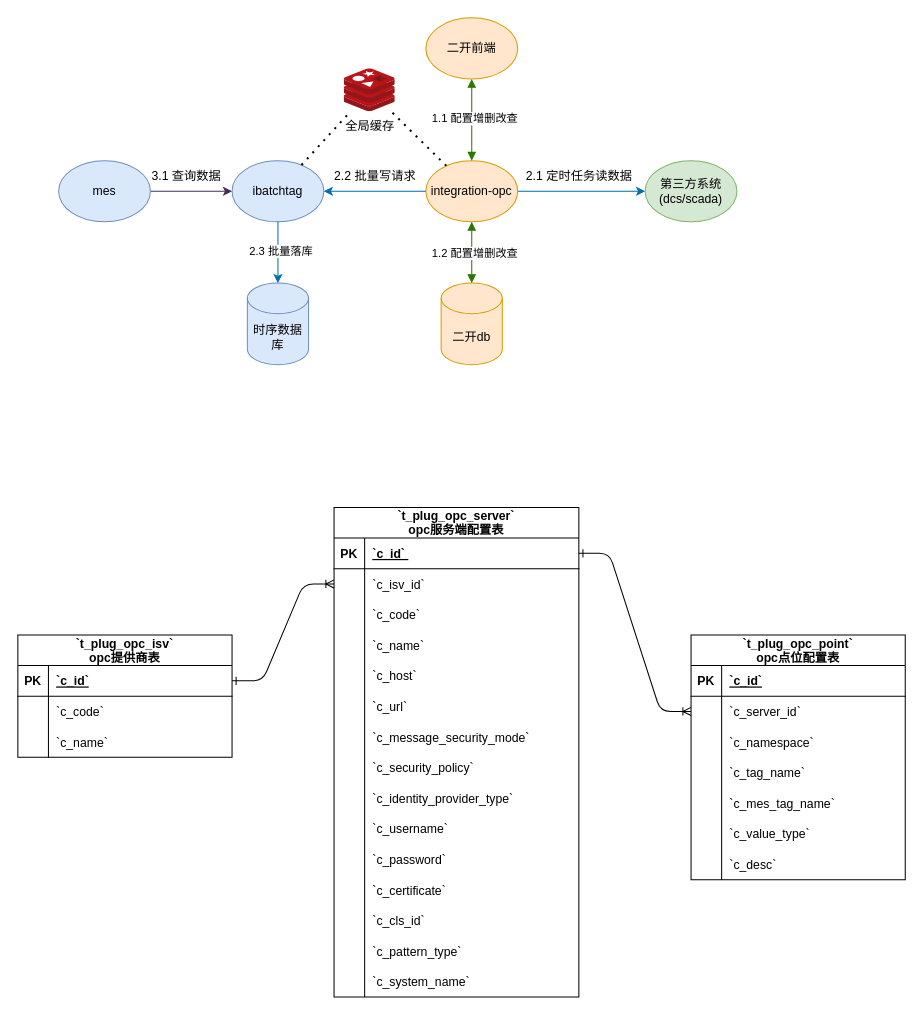
The draw.io diagram page "opc运行链路" (2 of 2) of mes/第三方api本地缓存.drawio in FreshCabbage666/drawio, before the edit. Source tidied: cells renumbered, new cells numbered last; positions are measured from the earlier drawing's top-left corner, leaving out a move shared by most shapes. Both pictures are drawn from the tidied source at 102%, with x=0, y=0 at pixel (17, 17).
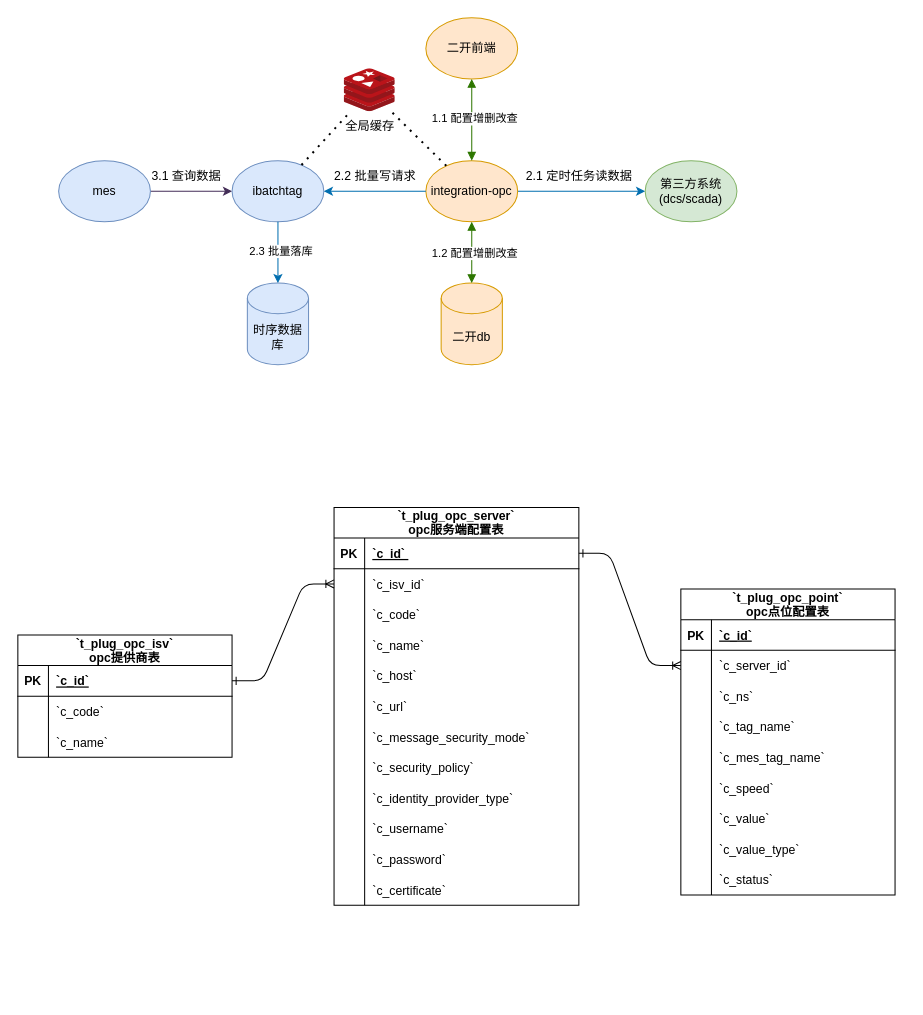
Above is the later version.

Commit message:
更新第三方api本地缓存.drawio

Unchanged cells that the change refers to:
```xml
<mxCell id="77" style="shape=tableRow;horizontal=0;startSize=0;swimlaneHead=0;swimlaneBody=0;fillColor=none;strokeColor=inherit;top=0;left=0;right=0;bottom=0;" parent="70" vertex="1">
  <mxGeometry y="90" width="210" height="30" as="geometry" />
</mxCell>
```

Change to the diagram source:
```diff
@@
     <mxCell id="24" value="`t_plug_opc_server`&#10;opc服务端配置表" style="shape=table;startSize=30;childLayout=tableLayout;rowLines=0;fontStyle=1;align=center;" parent="1" vertex="1">
-      <mxGeometry x="310" y="480" width="240" height="480" as="geometry" />
+      <mxGeometry x="310" y="480" width="240" height="390" as="geometry" />
     </mxCell>
@@
-    <mxCell id="61" style="shape=tableRow;horizontal=0;startSize=0;swimlaneHead=0;swimlaneBody=0;fillColor=none;strokeColor=inherit;top=0;left=0;right=0;bottom=0;" parent="24" vertex="1">
-      <mxGeometry y="390" width="240" height="30" as="geometry" />
-    </mxCell>
-    <mxCell id="62" style="shape=partialRectangle;overflow=hidden;fillColor=none;strokeColor=inherit;top=0;left=0;bottom=0;right=0;" parent="61" vertex="1">
-      <mxGeometry width="30" height="30" as="geometry" />
-    </mxCell>
-    <mxCell id="63" value="`c_cls_id` " style="shape=partialRectangle;overflow=hidden;fillColor=none;align=left;strokeColor=inherit;top=0;left=0;bottom=0;right=0;spacingLeft=6;" parent="61" vertex="1">
-      <mxGeometry x="30" width="210" height="30" as="geometry" />
-    </mxCell>
-    <mxCell id="64" style="shape=tableRow;horizontal=0;startSize=0;swimlaneHead=0;swimlaneBody=0;fillColor=none;strokeColor=inherit;top=0;left=0;right=0;bottom=0;" parent="24" vertex="1">
-      <mxGeometry y="420" width="240" height="30" as="geometry" />
-    </mxCell>
-    <mxCell id="65" style="shape=partialRectangle;overflow=hidden;fillColor=none;strokeColor=inherit;top=0;left=0;bottom=0;right=0;" parent="64" vertex="1">
-      <mxGeometry width="30" height="30" as="geometry" />
-    </mxCell>
-    <mxCell id="66" value="`c_pattern_type` " style="shape=partialRectangle;overflow=hidden;fillColor=none;align=left;strokeColor=inherit;top=0;left=0;bottom=0;right=0;spacingLeft=6;" parent="64" vertex="1">
-      <mxGeometry x="30" width="210" height="30" as="geometry" />
-    </mxCell>
-    <mxCell id="67" style="shape=tableRow;horizontal=0;startSize=0;swimlaneHead=0;swimlaneBody=0;fillColor=none;strokeColor=inherit;top=0;left=0;right=0;bottom=0;" parent="24" vertex="1">
-      <mxGeometry y="450" width="240" height="30" as="geometry" />
-    </mxCell>
-    <mxCell id="68" style="shape=partialRectangle;overflow=hidden;fillColor=none;strokeColor=inherit;top=0;left=0;bottom=0;right=0;" parent="67" vertex="1">
-      <mxGeometry width="30" height="30" as="geometry" />
-    </mxCell>
-    <mxCell id="69" value="`c_system_name` " style="shape=partialRectangle;overflow=hidden;fillColor=none;align=left;strokeColor=inherit;top=0;left=0;bottom=0;right=0;spacingLeft=6;" parent="67" vertex="1">
-      <mxGeometry x="30" width="210" height="30" as="geometry" />
-    </mxCell>
     <mxCell id="70" value="`t_plug_opc_point`&#10;opc点位配置表" style="shape=table;startSize=30;childLayout=tableLayout;rowLines=0;fontStyle=1;align=center;" parent="1" vertex="1">
-      <mxGeometry x="660" y="605" width="210" height="240" as="geometry" />
+      <mxGeometry x="650" y="560" width="210" height="300" as="geometry" />
     </mxCell>
@@
-    <mxCell id="79" value="`c_namespace` " style="shape=partialRectangle;overflow=hidden;fillColor=none;align=left;strokeColor=inherit;top=0;left=0;bottom=0;right=0;spacingLeft=6;" parent="77" vertex="1">
+    <mxCell id="79" value="`c_ns` " style="shape=partialRectangle;overflow=hidden;fillColor=none;align=left;strokeColor=inherit;top=0;left=0;bottom=0;right=0;spacingLeft=6;" parent="77" vertex="1">
       <mxGeometry x="30" width="180" height="30" as="geometry" />
     </mxCell>
@@
+    <mxCell id="104" style="shape=tableRow;horizontal=0;startSize=0;swimlaneHead=0;swimlaneBody=0;fillColor=none;strokeColor=inherit;top=0;left=0;right=0;bottom=0;" parent="70" vertex="1">
+      <mxGeometry y="180" width="210" height="30" as="geometry" />
+    </mxCell>
+    <mxCell id="105" style="shape=partialRectangle;overflow=hidden;fillColor=none;strokeColor=inherit;top=0;left=0;bottom=0;right=0;" parent="104" vertex="1">
+      <mxGeometry width="30" height="30" as="geometry" />
+    </mxCell>
+    <mxCell id="106" value="`c_speed` " style="shape=partialRectangle;overflow=hidden;fillColor=none;align=left;strokeColor=inherit;top=0;left=0;bottom=0;right=0;spacingLeft=6;" parent="104" vertex="1">
+      <mxGeometry x="30" width="180" height="30" as="geometry" />
+    </mxCell>
+    <mxCell id="107" style="shape=tableRow;horizontal=0;startSize=0;swimlaneHead=0;swimlaneBody=0;fillColor=none;strokeColor=inherit;top=0;left=0;right=0;bottom=0;" parent="70" vertex="1">
+      <mxGeometry y="210" width="210" height="30" as="geometry" />
+    </mxCell>
+    <mxCell id="108" style="shape=partialRectangle;overflow=hidden;fillColor=none;strokeColor=inherit;top=0;left=0;bottom=0;right=0;" parent="107" vertex="1">
+      <mxGeometry width="30" height="30" as="geometry" />
+    </mxCell>
+    <mxCell id="109" value="`c_value` " style="shape=partialRectangle;overflow=hidden;fillColor=none;align=left;strokeColor=inherit;top=0;left=0;bottom=0;right=0;spacingLeft=6;" parent="107" vertex="1">
+      <mxGeometry x="30" width="180" height="30" as="geometry" />
+    </mxCell>
     <mxCell id="86" style="shape=tableRow;horizontal=0;startSize=0;swimlaneHead=0;swimlaneBody=0;fillColor=none;strokeColor=inherit;top=0;left=0;right=0;bottom=0;" parent="70" vertex="1">
-      <mxGeometry y="180" width="210" height="30" as="geometry" />
+      <mxGeometry y="240" width="210" height="30" as="geometry" />
     </mxCell>
@@
     <mxCell id="89" style="shape=tableRow;horizontal=0;startSize=0;swimlaneHead=0;swimlaneBody=0;fillColor=none;strokeColor=inherit;top=0;left=0;right=0;bottom=0;" parent="70" vertex="1">
-      <mxGeometry y="210" width="210" height="30" as="geometry" />
+      <mxGeometry y="270" width="210" height="30" as="geometry" />
     </mxCell>
@@
-    <mxCell id="91" value="`c_desc` " style="shape=partialRectangle;overflow=hidden;fillColor=none;align=left;strokeColor=inherit;top=0;left=0;bottom=0;right=0;spacingLeft=6;" parent="89" vertex="1">
+    <mxCell id="91" value="`c_status` " style="shape=partialRectangle;overflow=hidden;fillColor=none;align=left;strokeColor=inherit;top=0;left=0;bottom=0;right=0;spacingLeft=6;" parent="89" vertex="1">
       <mxGeometry x="30" width="180" height="30" as="geometry" />
     </mxCell>
```
